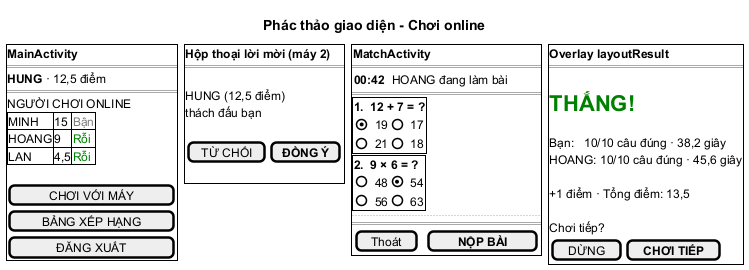
Earlier version of the PlantUML export docs/hung/giao-dien-uc03.png (HungNguyenBa1811/math-dash).
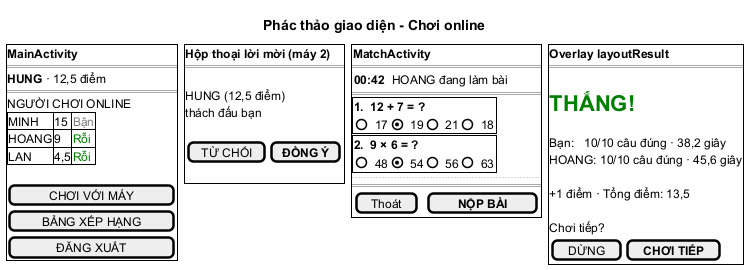
The same diagram one commit later.

What changed in the source:
```diff
@@ -32,13 +32,11 @@
   ==
   {+
   <b>1.  12 + 7 = ?
-  { (X) 19 | () 17 }
-  { () 21 | () 18 }
+  { () 17 | (X) 19 | () 21 | () 18 }
   }
   {+
   <b>2.  9 × 6 = ?
-  { () 48 | (X) 54 }
-  { () 56 | () 63 }
+  { () 48 | (X) 54 | () 56 | () 63 }
   }
   ...
   ==
```
